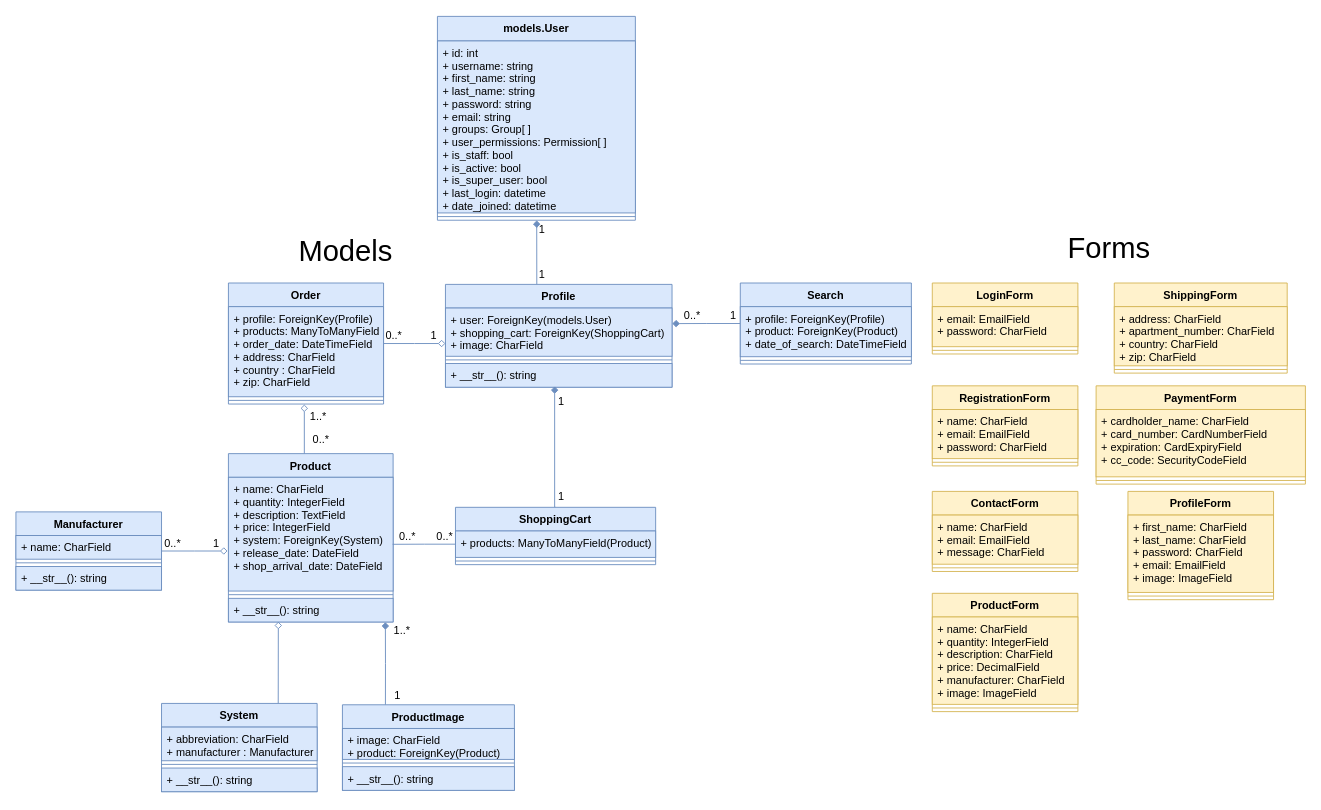
Before: documentation/diagrams/class/class_diagram.drawio in RunarVestmann/verklegtnamskeid2, a draw.io diagram. Source tidied: cells renumbered, new cells numbered last; positions are measured from the earlier drawing's top-left corner, leaving out a move shared by most shapes. Both pictures are drawn from the tidied source at 91%, with x=0, y=0 at pixel (15, 15).
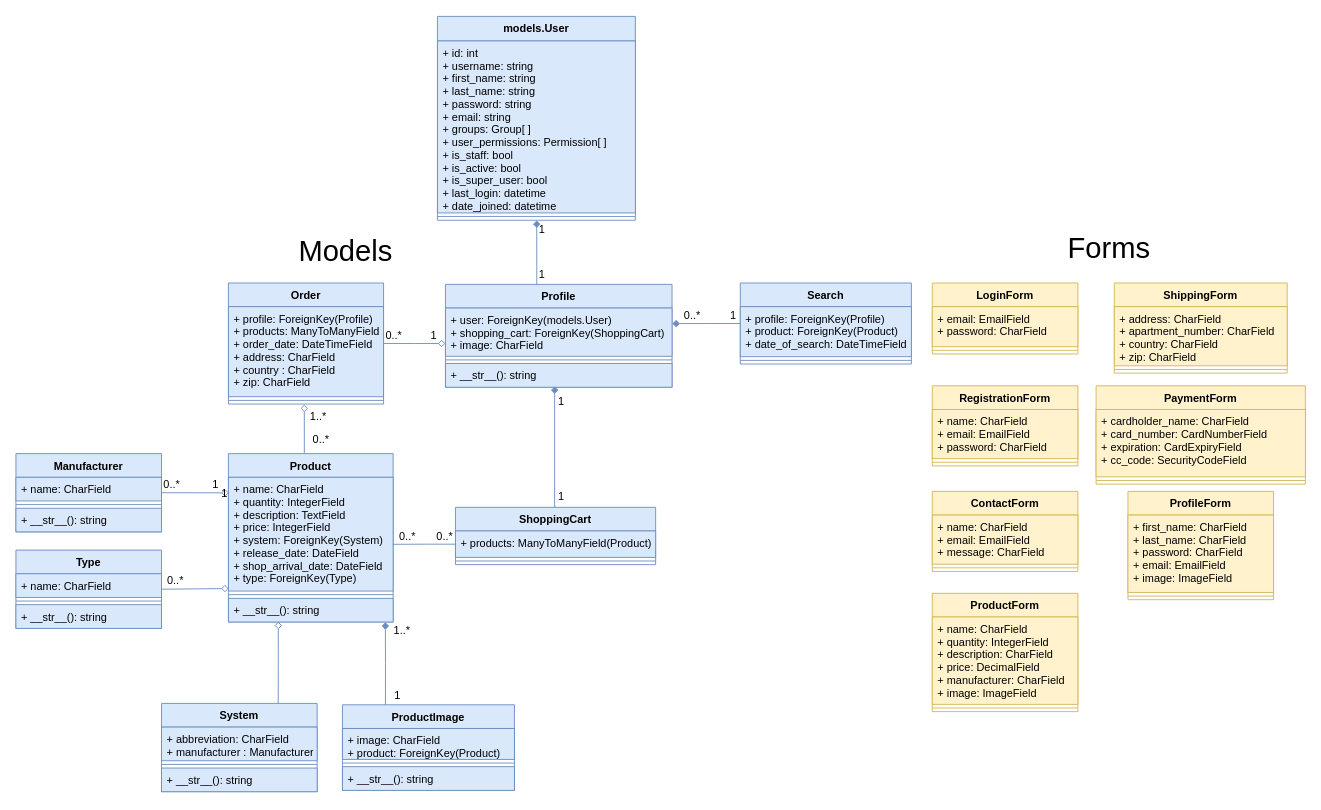
Above is the later version.

Commit message (it also covers changes not shown here):
Added a Type model

Unchanged cells that the change refers to:
```xml
<mxCell id="68" value="Product" style="swimlane;fontStyle=1;align=center;verticalAlign=top;horizontal=1;startSize=26;fillColor=#dae8fc;strokeColor=#6c8ebf;" parent="1" vertex="1">
  <mxGeometry x="233.5" y="481" width="181" height="185" as="geometry" />
</mxCell>
```

The edit, as a diff of the source:
```diff
@@
     <mxCell id="10" value="1" style="text;html=1;align=center;verticalAlign=middle;" parent="1" vertex="1">
-      <mxGeometry x="210" y="570" width="20" height="20" as="geometry" />
+      <mxGeometry x="209" y="505" width="20" height="20" as="geometry" />
     </mxCell>
     <mxCell id="11" value="0..*" style="text;html=1;align=center;verticalAlign=middle;" parent="1" vertex="1">
-      <mxGeometry x="157" y="570" width="30" height="20" as="geometry" />
+      <mxGeometry x="156" y="505" width="30" height="20" as="geometry" />
     </mxCell>
@@
-    <mxCell id="63" style="edgeStyle=orthogonalEdgeStyle;rounded=0;jettySize=auto;html=1;exitX=1;exitY=0.5;exitDx=0;exitDy=0;endArrow=diamond;endFill=0;fillColor=#dae8fc;strokeColor=#6c8ebf;" parent="1" edge="1" source="64">
-      <mxGeometry relative="1" as="geometry">
-        <mxPoint x="232.6" y="588" as="targetPoint" />
-      </mxGeometry>
+    <mxCell id="63" style="edgeStyle=orthogonalEdgeStyle;rounded=0;jettySize=auto;html=1;exitX=1;exitY=0.5;exitDx=0;exitDy=0;endArrow=diamond;endFill=0;fillColor=#dae8fc;strokeColor=#6c8ebf;entryX=0.003;entryY=0.137;entryDx=0;entryDy=0;entryPerimeter=0;" parent="1" edge="1" source="64" target="69">
+      <mxGeometry relative="1" as="geometry" />
     </mxCell>
-    <mxCell id="64" value="Manufacturer" style="swimlane;fontStyle=1;align=center;verticalAlign=top;horizontal=1;startSize=26;fillColor=#dae8fc;strokeColor=#6c8ebf;" parent="1" vertex="1">
-      <mxGeometry y="545" width="160" height="86" as="geometry" />
-    </mxCell>
-    <mxCell id="65" value="+ name: CharField" style="text;strokeColor=#6c8ebf;fillColor=#dae8fc;align=left;verticalAlign=top;spacingLeft=4;spacingRight=4;overflow=hidden;" parent="64" vertex="1">
-      <mxGeometry y="26" width="160" height="26" as="geometry" />
-    </mxCell>
-    <mxCell id="66" style="line;strokeWidth=1;fillColor=#dae8fc;align=left;verticalAlign=middle;spacingTop=-1;spacingLeft=3;spacingRight=3;labelPosition=right;strokeColor=#6c8ebf;" parent="64" vertex="1">
-      <mxGeometry y="52" width="160" height="8" as="geometry" />
-    </mxCell>
-    <mxCell id="67" value="+ __str__(): string" style="text;strokeColor=#6c8ebf;fillColor=#dae8fc;align=left;verticalAlign=top;spacingLeft=4;spacingRight=4;overflow=hidden;" parent="64" vertex="1">
-      <mxGeometry y="60" width="160" height="26" as="geometry" />
-    </mxCell>
@@
-    <mxCell id="69" value="+ name: CharField&#10;+ quantity: IntegerField&#10;+ description: TextField&#10;+ price: IntegerField&#10;+ system: ForeignKey(System)&#10;+ release_date: DateField&#10;+ shop_arrival_date: DateField" style="text;strokeColor=#6c8ebf;fillColor=#dae8fc;align=left;verticalAlign=top;spacingLeft=4;spacingRight=4;overflow=hidden;points=[[0,0.5],[1,0.5]];portConstraint=eastwest;" parent="68" vertex="1">
+    <mxCell id="69" value="+ name: CharField&#10;+ quantity: IntegerField&#10;+ description: TextField&#10;+ price: IntegerField&#10;+ system: ForeignKey(System)&#10;+ release_date: DateField&#10;+ shop_arrival_date: DateField&#10;+ type: ForeignKey(Type)" style="text;strokeColor=#6c8ebf;fillColor=#dae8fc;align=left;verticalAlign=top;spacingLeft=4;spacingRight=4;overflow=hidden;points=[[0,0.5],[1,0.5]];portConstraint=eastwest;" parent="68" vertex="1">
       <mxGeometry y="26" width="181" height="125" as="geometry" />
     </mxCell>
@@
+    <mxCell id="64" value="Manufacturer" style="swimlane;fontStyle=1;align=center;verticalAlign=top;horizontal=1;startSize=26;fillColor=#dae8fc;strokeColor=#6c8ebf;" parent="1" vertex="1">
+      <mxGeometry y="481" width="160" height="86" as="geometry" />
+    </mxCell>
+    <mxCell id="65" value="+ name: CharField" style="text;strokeColor=#6c8ebf;fillColor=#dae8fc;align=left;verticalAlign=top;spacingLeft=4;spacingRight=4;overflow=hidden;" parent="64" vertex="1">
+      <mxGeometry y="26" width="160" height="26" as="geometry" />
+    </mxCell>
+    <mxCell id="66" style="line;strokeWidth=1;fillColor=#dae8fc;align=left;verticalAlign=middle;spacingTop=-1;spacingLeft=3;spacingRight=3;labelPosition=right;strokeColor=#6c8ebf;" parent="64" vertex="1">
+      <mxGeometry y="52" width="160" height="8" as="geometry" />
+    </mxCell>
+    <mxCell id="67" value="+ __str__(): string" style="text;strokeColor=#6c8ebf;fillColor=#dae8fc;align=left;verticalAlign=top;spacingLeft=4;spacingRight=4;overflow=hidden;" parent="64" vertex="1">
+      <mxGeometry y="60" width="160" height="26" as="geometry" />
+    </mxCell>
+    <mxCell id="83" style="edgeStyle=orthogonalEdgeStyle;rounded=0;jettySize=auto;html=1;exitX=1;exitY=0.5;exitDx=0;exitDy=0;entryX=0.002;entryY=0.978;entryDx=0;entryDy=0;entryPerimeter=0;endArrow=diamond;endFill=0;fillColor=#dae8fc;strokeColor=#6c8ebf;" parent="1" edge="1" source="84" target="69">
+      <mxGeometry relative="1" as="geometry">
+        <Array as="points">
+          <mxPoint x="160" y="629" />
+        </Array>
+      </mxGeometry>
+    </mxCell>
+    <mxCell id="84" value="Type" style="swimlane;fontStyle=1;align=center;verticalAlign=top;horizontal=1;startSize=26;fillColor=#dae8fc;strokeColor=#6c8ebf;" parent="1" vertex="1">
+      <mxGeometry y="587" width="160" height="86" as="geometry" />
+    </mxCell>
+    <mxCell id="85" value="+ name: CharField" style="text;strokeColor=#6c8ebf;fillColor=#dae8fc;align=left;verticalAlign=top;spacingLeft=4;spacingRight=4;overflow=hidden;" parent="84" vertex="1">
+      <mxGeometry y="26" width="160" height="26" as="geometry" />
+    </mxCell>
+    <mxCell id="86" style="line;strokeWidth=1;fillColor=#dae8fc;align=left;verticalAlign=middle;spacingTop=-1;spacingLeft=3;spacingRight=3;labelPosition=right;strokeColor=#6c8ebf;" parent="84" vertex="1">
+      <mxGeometry y="52" width="160" height="8" as="geometry" />
+    </mxCell>
+    <mxCell id="87" value="+ __str__(): string" style="text;strokeColor=#6c8ebf;fillColor=#dae8fc;align=left;verticalAlign=top;spacingLeft=4;spacingRight=4;overflow=hidden;" parent="84" vertex="1">
+      <mxGeometry y="60" width="160" height="26" as="geometry" />
+    </mxCell>
+    <mxCell id="88" value="0..*" style="text;html=1;align=center;verticalAlign=middle;" parent="1" vertex="1">
+      <mxGeometry x="160" y="610.5" width="30" height="20" as="geometry" />
+    </mxCell>
+    <mxCell id="89" value="1" style="text;html=1;align=center;verticalAlign=middle;" parent="1" vertex="1">
+      <mxGeometry x="219" y="515" width="20" height="20" as="geometry" />
+    </mxCell>
```
